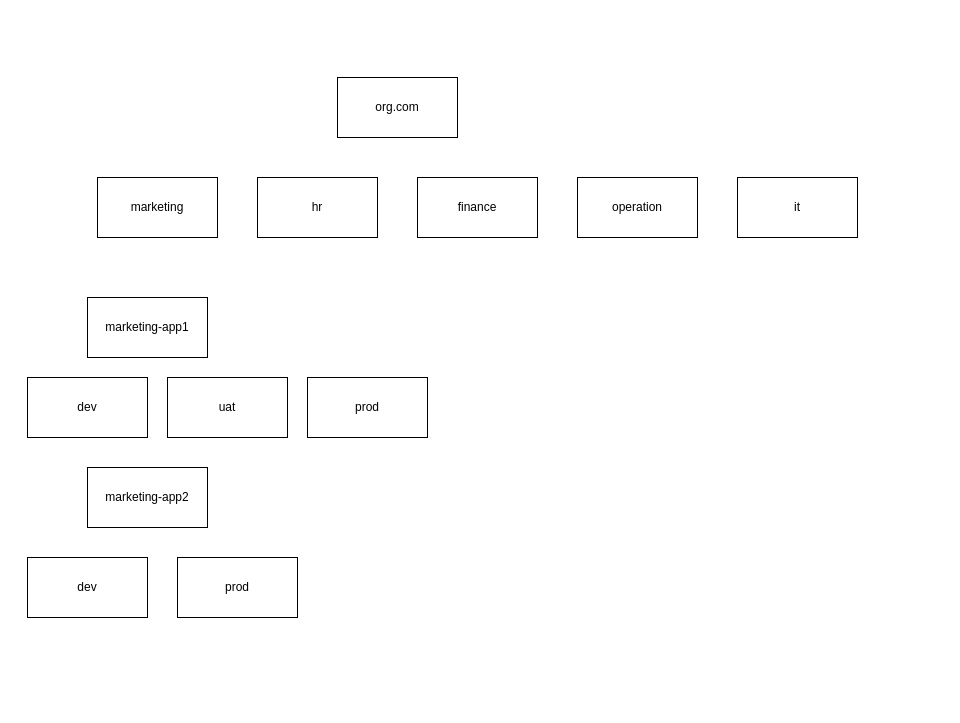
footprns/vault-implementation keeps this draw.io diagram as page "Page-2" (2 of 2) of vault.drawio. Above is the earlier version. Source tidied: cells renumbered, new cells numbered last; positions are measured from the earlier drawing's top-left corner, leaving out a move shared by most shapes. Both pictures are drawn from the tidied source at 100%, with x=0, y=0 at pixel (27, 77).
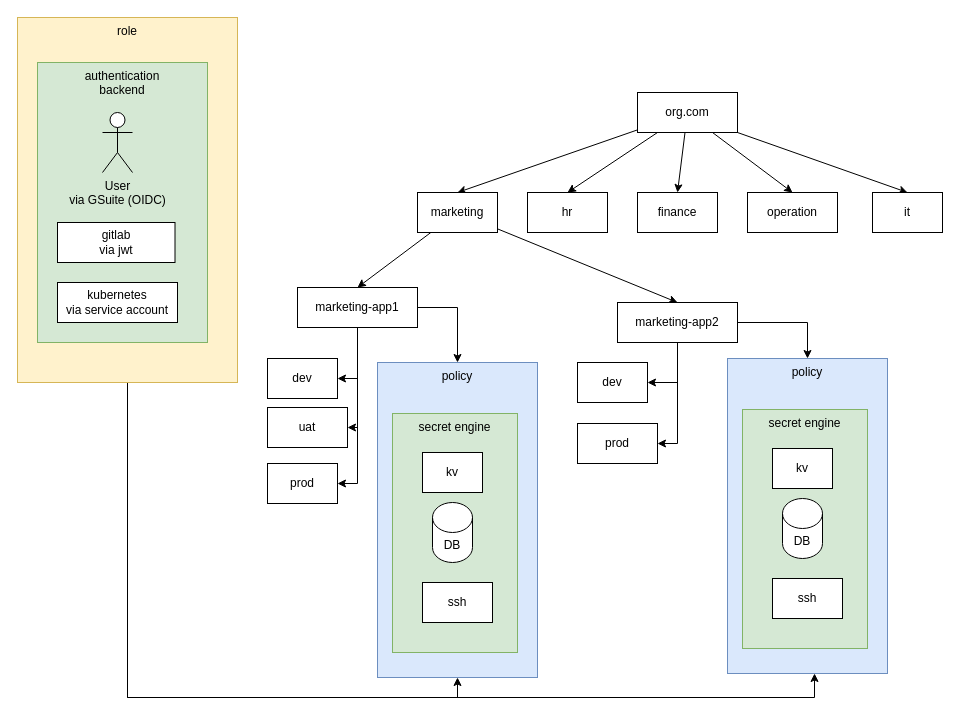
The same diagram, later.

Diff of the diagram source:
```diff
@@
+    <mxCell id="15" value="policy" style="rounded=0;whiteSpace=wrap;html=1;verticalAlign=top;fillColor=#dae8fc;strokeColor=#6c8ebf;" parent="1" vertex="1">
+      <mxGeometry x="350" y="285" width="160" height="315" as="geometry" />
+    </mxCell>
+    <mxCell id="16" value="secret engine" style="rounded=0;whiteSpace=wrap;html=1;fillColor=#d5e8d4;strokeColor=#82b366;verticalAlign=top;" parent="1" vertex="1">
+      <mxGeometry x="365" y="336" width="125" height="239" as="geometry" />
+    </mxCell>
+    <mxCell id="17" style="edgeStyle=orthogonalEdgeStyle;rounded=0;jettySize=auto;html=1;entryX=0.5;entryY=1;entryDx=0;entryDy=0;exitX=0.5;exitY=1;exitDx=0;exitDy=0;" parent="1" edge="1" source="19" target="15">
+      <mxGeometry relative="1" as="geometry" />
+    </mxCell>
+    <mxCell id="18" style="edgeStyle=orthogonalEdgeStyle;rounded=0;jettySize=auto;html=1;entryX=0.544;entryY=1;entryDx=0;entryDy=0;entryPerimeter=0;exitX=0.5;exitY=1;exitDx=0;exitDy=0;" parent="1" edge="1" source="19" target="41">
+      <mxGeometry relative="1" as="geometry">
+        <Array as="points">
+          <mxPoint x="100" y="620" />
+          <mxPoint x="787" y="620" />
+        </Array>
+      </mxGeometry>
+    </mxCell>
+    <mxCell id="19" value="role" style="rounded=0;whiteSpace=wrap;html=1;verticalAlign=top;fillColor=#fff2cc;strokeColor=#d6b656;" parent="1" vertex="1">
+      <mxGeometry x="-10" y="-60" width="220" height="365" as="geometry" />
+    </mxCell>
+    <mxCell id="20" value="authentication&lt;br&gt;backend" style="rounded=0;whiteSpace=wrap;html=1;verticalAlign=top;fillColor=#d5e8d4;strokeColor=#82b366;" parent="1" vertex="1">
+      <mxGeometry x="10" y="-15" width="170" height="280" as="geometry" />
+    </mxCell>
+    <mxCell id="21" style="rounded=0;jettySize=auto;html=1;entryX=0.5;entryY=0;entryDx=0;entryDy=0;" parent="1" edge="1" source="2" target="3">
+      <mxGeometry relative="1" as="geometry" />
+    </mxCell>
+    <mxCell id="22" style="edgeStyle=none;rounded=0;jettySize=auto;html=1;entryX=0.5;entryY=0;entryDx=0;entryDy=0;" parent="1" edge="1" source="2" target="4">
+      <mxGeometry relative="1" as="geometry" />
+    </mxCell>
+    <mxCell id="23" style="edgeStyle=none;rounded=0;jettySize=auto;html=1;entryX=0.5;entryY=0;entryDx=0;entryDy=0;" parent="1" edge="1" source="2" target="5">
+      <mxGeometry relative="1" as="geometry" />
+    </mxCell>
+    <mxCell id="24" style="edgeStyle=none;rounded=0;jettySize=auto;html=1;exitX=0.75;exitY=1;exitDx=0;exitDy=0;entryX=0.5;entryY=0;entryDx=0;entryDy=0;" parent="1" edge="1" source="2" target="6">
+      <mxGeometry relative="1" as="geometry" />
+    </mxCell>
+    <mxCell id="25" style="edgeStyle=none;rounded=0;jettySize=auto;html=1;exitX=1;exitY=1;exitDx=0;exitDy=0;entryX=0.5;entryY=0;entryDx=0;entryDy=0;" parent="1" edge="1" source="2" target="7">
+      <mxGeometry relative="1" as="geometry" />
+    </mxCell>
     <mxCell id="2" value="org.com" style="rounded=0;whiteSpace=wrap;html=1;" parent="1" vertex="1">
-      <mxGeometry x="310" width="120" height="60" as="geometry" />
+      <mxGeometry x="610" y="15" width="100" height="40" as="geometry" />
     </mxCell>
+    <mxCell id="26" style="edgeStyle=none;rounded=0;jettySize=auto;html=1;entryX=0.5;entryY=0;entryDx=0;entryDy=0;" parent="1" edge="1" source="3" target="8">
+      <mxGeometry relative="1" as="geometry" />
+    </mxCell>
+    <mxCell id="27" style="rounded=0;jettySize=auto;html=1;entryX=0.5;entryY=0;entryDx=0;entryDy=0;" parent="1" edge="1" source="3" target="9">
+      <mxGeometry relative="1" as="geometry" />
+    </mxCell>
     <mxCell id="3" value="marketing" style="rounded=0;whiteSpace=wrap;html=1;" parent="1" vertex="1">
-      <mxGeometry x="70" y="100" width="120" height="60" as="geometry" />
+      <mxGeometry x="390" y="115" width="80" height="40" as="geometry" />
     </mxCell>
     <mxCell id="4" value="hr" style="rounded=0;whiteSpace=wrap;html=1;" parent="1" vertex="1">
-      <mxGeometry x="230" y="100" width="120" height="60" as="geometry" />
+      <mxGeometry x="500" y="115" width="80" height="40" as="geometry" />
     </mxCell>
     <mxCell id="5" value="finance" style="rounded=0;whiteSpace=wrap;html=1;" parent="1" vertex="1">
-      <mxGeometry x="390" y="100" width="120" height="60" as="geometry" />
+      <mxGeometry x="610" y="115" width="80" height="40" as="geometry" />
     </mxCell>
     <mxCell id="6" value="operation" style="rounded=0;whiteSpace=wrap;html=1;" parent="1" vertex="1">
-      <mxGeometry x="550" y="100" width="120" height="60" as="geometry" />
+      <mxGeometry x="720" y="115" width="90" height="40" as="geometry" />
     </mxCell>
     <mxCell id="7" value="it" style="rounded=0;whiteSpace=wrap;html=1;" parent="1" vertex="1">
-      <mxGeometry x="710" y="100" width="120" height="60" as="geometry" />
+      <mxGeometry x="845" y="115" width="70" height="40" as="geometry" />
     </mxCell>
+    <mxCell id="28" style="edgeStyle=orthogonalEdgeStyle;rounded=0;jettySize=auto;html=1;entryX=1;entryY=0.5;entryDx=0;entryDy=0;" parent="1" edge="1" source="8" target="10">
+      <mxGeometry relative="1" as="geometry" />
+    </mxCell>
+    <mxCell id="29" style="edgeStyle=orthogonalEdgeStyle;rounded=0;jettySize=auto;html=1;exitX=0.5;exitY=1;exitDx=0;exitDy=0;entryX=1;entryY=0.5;entryDx=0;entryDy=0;" parent="1" edge="1" source="8" target="11">
+      <mxGeometry relative="1" as="geometry">
+        <Array as="points">
+          <mxPoint x="330" y="350" />
+        </Array>
+      </mxGeometry>
+    </mxCell>
+    <mxCell id="30" style="edgeStyle=orthogonalEdgeStyle;rounded=0;jettySize=auto;html=1;entryX=1;entryY=0.5;entryDx=0;entryDy=0;" parent="1" edge="1" source="8" target="12">
+      <mxGeometry relative="1" as="geometry" />
+    </mxCell>
+    <mxCell id="31" style="edgeStyle=orthogonalEdgeStyle;rounded=0;jettySize=auto;html=1;entryX=0.5;entryY=0;entryDx=0;entryDy=0;exitX=1;exitY=0.5;exitDx=0;exitDy=0;" parent="1" edge="1" source="8" target="15">
+      <mxGeometry relative="1" as="geometry" />
+    </mxCell>
     <mxCell id="8" value="marketing-app1" style="rounded=0;whiteSpace=wrap;html=1;" parent="1" vertex="1">
-      <mxGeometry x="60" y="220" width="120" height="60" as="geometry" />
+      <mxGeometry x="270" y="210" width="120" height="40" as="geometry" />
     </mxCell>
+    <mxCell id="32" style="edgeStyle=orthogonalEdgeStyle;rounded=0;jettySize=auto;html=1;entryX=1;entryY=0.5;entryDx=0;entryDy=0;" parent="1" edge="1" source="9" target="13">
+      <mxGeometry relative="1" as="geometry" />
+    </mxCell>
+    <mxCell id="33" style="edgeStyle=orthogonalEdgeStyle;rounded=0;jettySize=auto;html=1;entryX=1;entryY=0.5;entryDx=0;entryDy=0;" parent="1" edge="1" source="9" target="14">
+      <mxGeometry relative="1" as="geometry" />
+    </mxCell>
+    <mxCell id="34" style="edgeStyle=orthogonalEdgeStyle;rounded=0;jettySize=auto;html=1;entryX=0.5;entryY=0;entryDx=0;entryDy=0;exitX=1;exitY=0.5;exitDx=0;exitDy=0;" parent="1" edge="1" source="9" target="41">
+      <mxGeometry relative="1" as="geometry" />
+    </mxCell>
     <mxCell id="9" value="&lt;span&gt;marketing-app2&lt;/span&gt;" style="rounded=0;whiteSpace=wrap;html=1;" parent="1" vertex="1">
-      <mxGeometry x="60" y="390" width="120" height="60" as="geometry" />
+      <mxGeometry x="590" y="225" width="120" height="40" as="geometry" />
     </mxCell>
     <mxCell id="10" value="dev" style="rounded=0;whiteSpace=wrap;html=1;" parent="1" vertex="1">
-      <mxGeometry y="300" width="120" height="60" as="geometry" />
+      <mxGeometry x="240" y="281" width="70" height="40" as="geometry" />
     </mxCell>
     <mxCell id="11" value="uat" style="rounded=0;whiteSpace=wrap;html=1;" parent="1" vertex="1">
-      <mxGeometry x="140" y="300" width="120" height="60" as="geometry" />
+      <mxGeometry x="240" y="330" width="80" height="40" as="geometry" />
     </mxCell>
     <mxCell id="12" value="prod" style="rounded=0;whiteSpace=wrap;html=1;" parent="1" vertex="1">
-      <mxGeometry x="280" y="300" width="120" height="60" as="geometry" />
+      <mxGeometry x="240" y="386" width="70" height="40" as="geometry" />
     </mxCell>
     <mxCell id="13" value="dev" style="rounded=0;whiteSpace=wrap;html=1;" parent="1" vertex="1">
-      <mxGeometry y="480" width="120" height="60" as="geometry" />
+      <mxGeometry x="550" y="285" width="70" height="40" as="geometry" />
     </mxCell>
     <mxCell id="14" value="prod" style="rounded=0;whiteSpace=wrap;html=1;" parent="1" vertex="1">
-      <mxGeometry x="150" y="480" width="120" height="60" as="geometry" />
+      <mxGeometry x="550" y="346" width="80" height="40" as="geometry" />
     </mxCell>
+    <mxCell id="35" value="User&lt;br&gt;via GSuite (OIDC)" style="shape=umlActor;verticalLabelPosition=bottom;verticalAlign=top;html=1;" parent="1" vertex="1">
+      <mxGeometry x="75" y="35" width="30" height="60" as="geometry" />
+    </mxCell>
+    <mxCell id="36" value="gitlab&lt;br&gt;via jwt" style="rounded=0;whiteSpace=wrap;html=1;" parent="1" vertex="1">
+      <mxGeometry x="30" y="145" width="117.5" height="40" as="geometry" />
+    </mxCell>
+    <mxCell id="37" value="kubernetes&lt;br&gt;via service account" style="rounded=0;whiteSpace=wrap;html=1;" parent="1" vertex="1">
+      <mxGeometry x="30" y="205" width="120" height="40" as="geometry" />
+    </mxCell>
+    <mxCell id="38" value="kv" style="rounded=0;whiteSpace=wrap;html=1;" parent="1" vertex="1">
+      <mxGeometry x="395" y="375" width="60" height="40" as="geometry" />
+    </mxCell>
+    <mxCell id="39" value="DB" style="shape=cylinder3;whiteSpace=wrap;html=1;boundedLbl=1;backgroundOutline=1;size=15;" parent="1" vertex="1">
+      <mxGeometry x="405" y="425" width="40" height="60" as="geometry" />
+    </mxCell>
+    <mxCell id="40" value="ssh" style="rounded=0;whiteSpace=wrap;html=1;" parent="1" vertex="1">
+      <mxGeometry x="395" y="505" width="70" height="40" as="geometry" />
+    </mxCell>
+    <mxCell id="41" value="policy" style="rounded=0;whiteSpace=wrap;html=1;verticalAlign=top;fillColor=#dae8fc;strokeColor=#6c8ebf;" parent="1" vertex="1">
+      <mxGeometry x="700" y="281" width="160" height="315" as="geometry" />
+    </mxCell>
+    <mxCell id="42" value="secret engine" style="rounded=0;whiteSpace=wrap;html=1;fillColor=#d5e8d4;strokeColor=#82b366;verticalAlign=top;" parent="1" vertex="1">
+      <mxGeometry x="715" y="332" width="125" height="239" as="geometry" />
+    </mxCell>
+    <mxCell id="43" value="kv" style="rounded=0;whiteSpace=wrap;html=1;" parent="1" vertex="1">
+      <mxGeometry x="745" y="371" width="60" height="40" as="geometry" />
+    </mxCell>
+    <mxCell id="44" value="DB" style="shape=cylinder3;whiteSpace=wrap;html=1;boundedLbl=1;backgroundOutline=1;size=15;" parent="1" vertex="1">
+      <mxGeometry x="755" y="421" width="40" height="60" as="geometry" />
+    </mxCell>
+    <mxCell id="45" value="ssh" style="rounded=0;whiteSpace=wrap;html=1;" parent="1" vertex="1">
+      <mxGeometry x="745" y="501" width="70" height="40" as="geometry" />
+    </mxCell>
```
